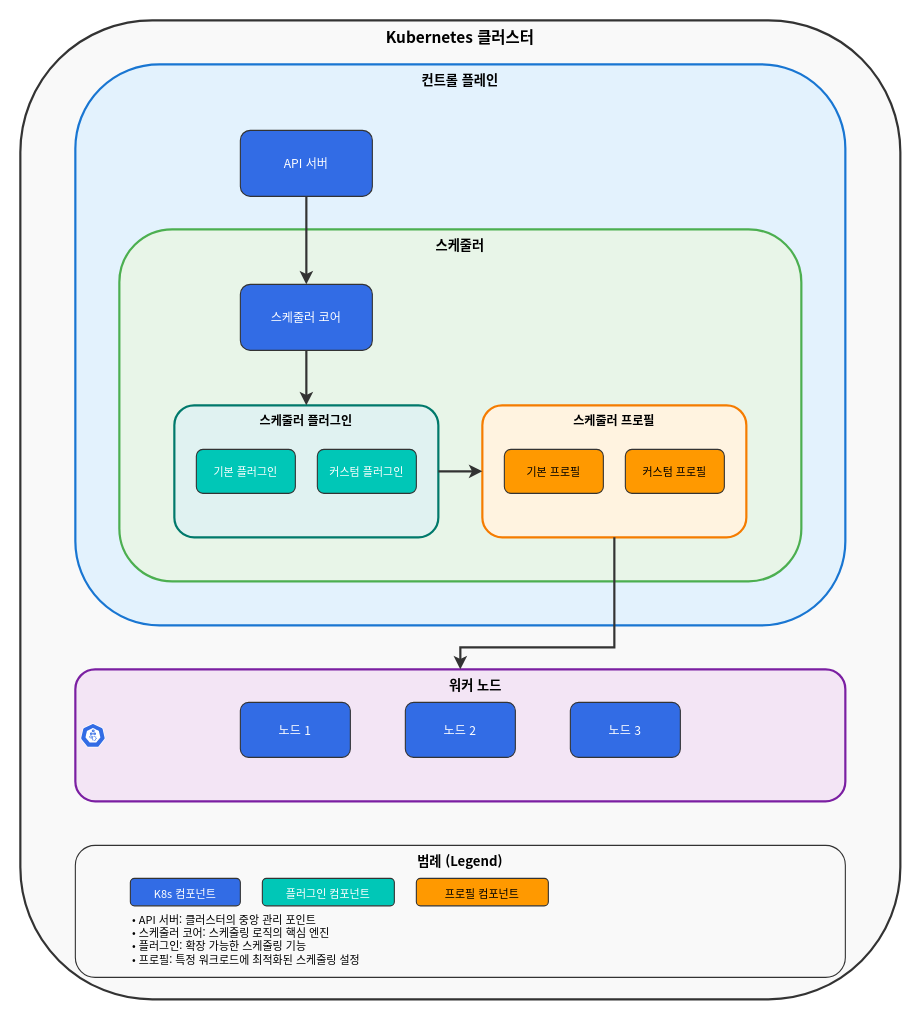
Atom-oh/kubernetes-docs keeps this draw.io diagram as assets/generated-diagrams/kubernetes-scheduler-architecture.drawio. Above is the earlier version. Source tidied: cells renumbered, new cells numbered last; positions are measured from the earlier drawing's top-left corner, leaving out a move shared by most shapes. Both pictures are drawn from the tidied source at 110%, with x=0, y=0 at pixel (20, 20).
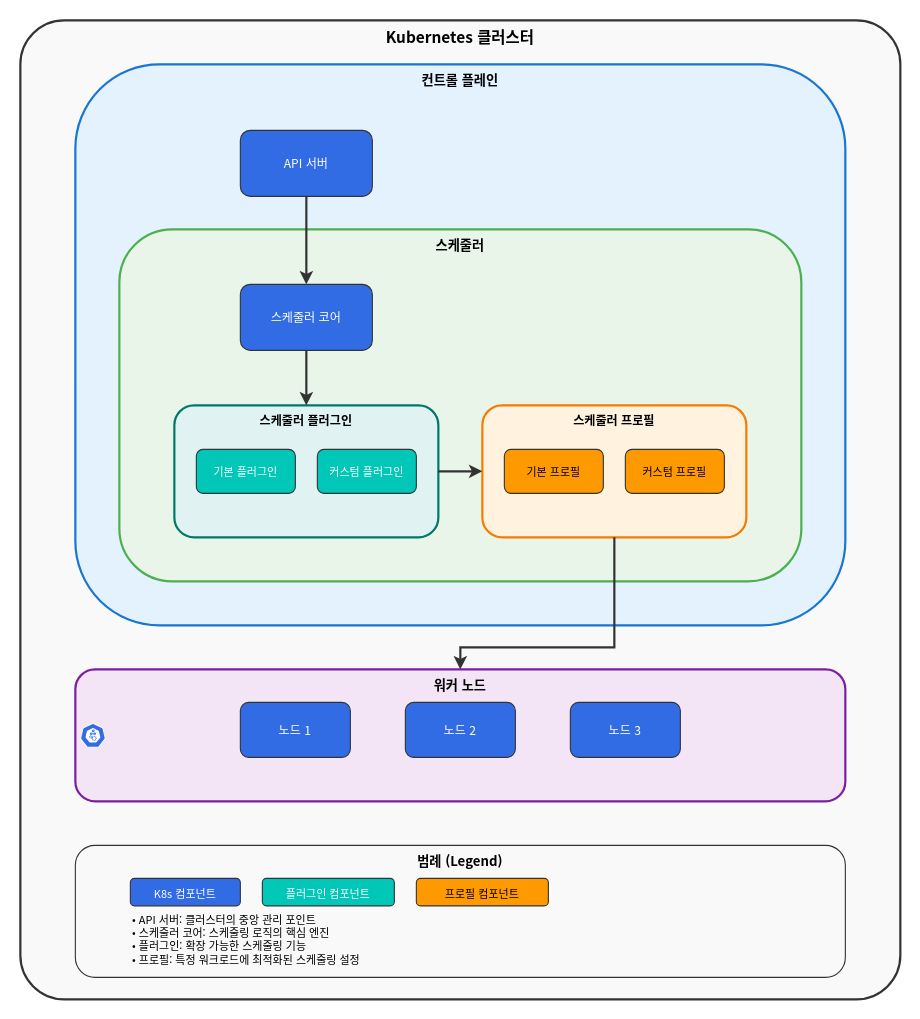
Above is the later version.

Change to the diagram source:
```diff
@@
-    <mxCell id="2" value="Kubernetes 클러스터" style="rounded=1;whiteSpace=wrap;html=1;fillColor=#f9f9f9;strokeColor=#333333;strokeWidth=2;fontSize=14;fontStyle=1;verticalAlign=top;fontFamily=Noto Sans CJK KR;" parent="1" vertex="1">
+    <mxCell id="2" value="Kubernetes 클러스터" style="rounded=1;whiteSpace=wrap;html=1;fillColor=#f9f9f9;strokeColor=#333333;strokeWidth=2;fontSize=14;fontStyle=1;verticalAlign=top;fontFamily=Noto Sans CJK KR;arcSize=5;" parent="1" vertex="1">
       <mxGeometry width="800" height="890" as="geometry" />
     </mxCell>
@@
-    <mxCell id="13" value="워커 노드" style="rounded=1;whiteSpace=wrap;html=1;fillColor=#F3E5F5;strokeColor=#7B1FA2;strokeWidth=2;fontSize=12;fontStyle=1;verticalAlign=top;fontFamily=Noto Sans CJK KR;spacingLeft=28;" parent="1" vertex="1">
+    <mxCell id="13" value="워커 노드" style="rounded=1;whiteSpace=wrap;html=1;fillColor=#F3E5F5;strokeColor=#7B1FA2;strokeWidth=2;fontSize=12;fontStyle=1;verticalAlign=top;fontFamily=Noto Sans CJK KR;" parent="1" vertex="1">
       <mxGeometry x="50" y="590" width="700" height="120" as="geometry" />
     </mxCell>
```
